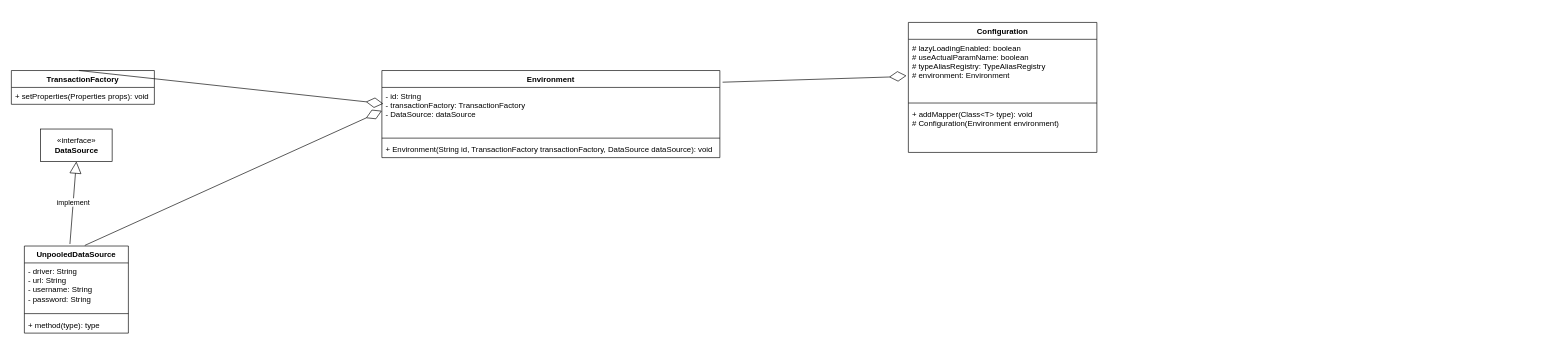
Earlier version of the draw.io diagram mybatis.drawio (Self-madeboy/-). Source tidied: cells renumbered, new cells numbered last; positions are measured from the earlier drawing's top-left corner, leaving out a move shared by most shapes. Both pictures are drawn from the tidied source at 65%, with x=0, y=0 at pixel (11, 22).
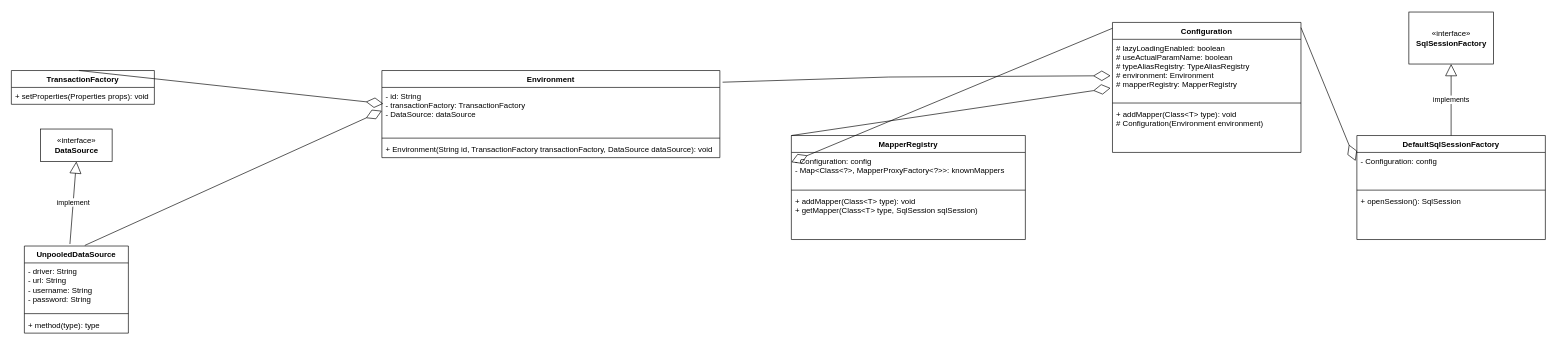
The same page after the edit.

What changed in the source:
```diff
@@
     <mxCell id="10" value="Configuration" style="swimlane;fontStyle=1;align=center;verticalAlign=top;horizontal=1;startSize=26;" parent="1" vertex="1">
-      <mxGeometry x="1380" width="290" height="200" as="geometry" />
+      <mxGeometry x="1694" width="290" height="200" as="geometry" />
     </mxCell>
-    <mxCell id="11" value="# lazyLoadingEnabled: boolean&#10;# useActualParamName: boolean&#10;# typeAliasRegistry: TypeAliasRegistry&#10;# environment: Environment&#10;&#10;&#10;&#10;" style="text;strokeColor=none;fillColor=none;align=left;verticalAlign=top;spacingLeft=4;spacingRight=4;overflow=hidden;points=[[0,0.5],[1,0.5]];portConstraint=eastwest;" parent="10" vertex="1">
+    <mxCell id="11" value="# lazyLoadingEnabled: boolean&#10;# useActualParamName: boolean&#10;# typeAliasRegistry: TypeAliasRegistry&#10;# environment: Environment&#10;# mapperRegistry: MapperRegistry&#10;&#10;&#10;&#10;&#10;" style="text;strokeColor=none;fillColor=none;align=left;verticalAlign=top;spacingLeft=4;spacingRight=4;overflow=hidden;points=[[0,0.5],[1,0.5]];portConstraint=eastwest;" parent="10" vertex="1">
       <mxGeometry y="26" width="290" height="94" as="geometry" />
     </mxCell>
@@
+    <mxCell id="21" value="MapperRegistry" style="swimlane;fontStyle=1;align=center;verticalAlign=top;horizontal=1;startSize=26;" parent="1" vertex="1">
+      <mxGeometry x="1200" y="174" width="360" height="160" as="geometry" />
+    </mxCell>
+    <mxCell id="22" value="- Configuration: config&#10;- Map&lt;Class&lt;?&gt;, MapperProxyFactory&lt;?&gt;&gt;: knownMappers&#10;&#10;&#10;&#10;&#10;" style="text;strokeColor=none;fillColor=none;align=left;verticalAlign=top;spacingLeft=4;spacingRight=4;overflow=hidden;points=[[0,0.5],[1,0.5]];portConstraint=eastwest;" parent="21" vertex="1">
+      <mxGeometry y="26" width="360" height="54" as="geometry" />
+    </mxCell>
+    <mxCell id="23" style="line;strokeWidth=1;fillColor=none;align=left;verticalAlign=middle;spacingTop=-1;spacingLeft=3;spacingRight=3;labelPosition=right;" parent="21" vertex="1">
+      <mxGeometry y="80" width="360" height="8" as="geometry" />
+    </mxCell>
+    <mxCell id="24" value="+ addMapper(Class&lt;T&gt; type): void&#10;+ getMapper(Class&lt;T&gt; type, SqlSession sqlSession)" style="text;strokeColor=none;fillColor=none;align=left;verticalAlign=top;spacingLeft=4;spacingRight=4;overflow=hidden;" parent="21" vertex="1">
+      <mxGeometry y="88" width="360" height="72" as="geometry" />
+    </mxCell>
+    <mxCell id="25" style="endArrow=diamondThin;endFill=0;endSize=24;html=1;rounded=0;entryX=-0.01;entryY=0.798;entryDx=0;entryDy=0;entryPerimeter=0;exitX=0;exitY=0;exitDx=0;exitDy=0;" parent="1" edge="1" source="21" target="11">
+      <mxGeometry relative="1" as="geometry" />
+    </mxCell>
+    <mxCell id="26" style="endArrow=diamondThin;endFill=0;endSize=24;html=1;rounded=0;exitX=0;exitY=0.045;exitDx=0;exitDy=0;exitPerimeter=0;entryX=0;entryY=0.278;entryDx=0;entryDy=0;entryPerimeter=0;" parent="1" edge="1" source="10" target="22">
+      <mxGeometry relative="1" as="geometry" />
+    </mxCell>
+    <mxCell id="27" value="«interface»&lt;br&gt;&lt;b&gt;SqlSessionFactory&lt;/b&gt;" style="html=1;direction=south;" parent="1" vertex="1">
+      <mxGeometry x="2150" y="-16" width="130" height="80" as="geometry" />
+    </mxCell>
+    <mxCell id="28" value="DefaultSqlSessionFactory" style="swimlane;fontStyle=1;align=center;verticalAlign=top;horizontal=1;startSize=26;" parent="1" vertex="1">
+      <mxGeometry x="2070" y="174" width="290" height="160" as="geometry" />
+    </mxCell>
+    <mxCell id="29" value="- Configuration: config" style="text;strokeColor=none;fillColor=none;align=left;verticalAlign=top;spacingLeft=4;spacingRight=4;overflow=hidden;points=[[0,0.5],[1,0.5]];portConstraint=eastwest;" parent="28" vertex="1">
+      <mxGeometry y="26" width="290" height="54" as="geometry" />
+    </mxCell>
+    <mxCell id="30" style="line;strokeWidth=1;fillColor=none;align=left;verticalAlign=middle;spacingTop=-1;spacingLeft=3;spacingRight=3;labelPosition=right;" parent="28" vertex="1">
+      <mxGeometry y="80" width="290" height="8" as="geometry" />
+    </mxCell>
+    <mxCell id="31" value="+ openSession(): SqlSession&#10;" style="text;strokeColor=none;fillColor=none;align=left;verticalAlign=top;spacingLeft=4;spacingRight=4;overflow=hidden;" parent="28" vertex="1">
+      <mxGeometry y="88" width="290" height="72" as="geometry" />
+    </mxCell>
+    <mxCell id="32" value="implements" style="endArrow=block;endSize=16;endFill=0;html=1;rounded=0;exitX=0.5;exitY=0;exitDx=0;exitDy=0;entryX=1;entryY=0.5;entryDx=0;entryDy=0;" parent="1" edge="1" source="28" target="27">
+      <mxGeometry relative="1" as="geometry" />
+    </mxCell>
+    <mxCell id="33" style="endArrow=diamondThin;endFill=0;endSize=24;html=1;rounded=0;exitX=1;exitY=0.04;exitDx=0;exitDy=0;exitPerimeter=0;entryX=-0.007;entryY=0.241;entryDx=0;entryDy=0;entryPerimeter=0;" parent="1" edge="1" source="10" target="29">
+      <mxGeometry relative="1" as="geometry" />
+    </mxCell>
```
